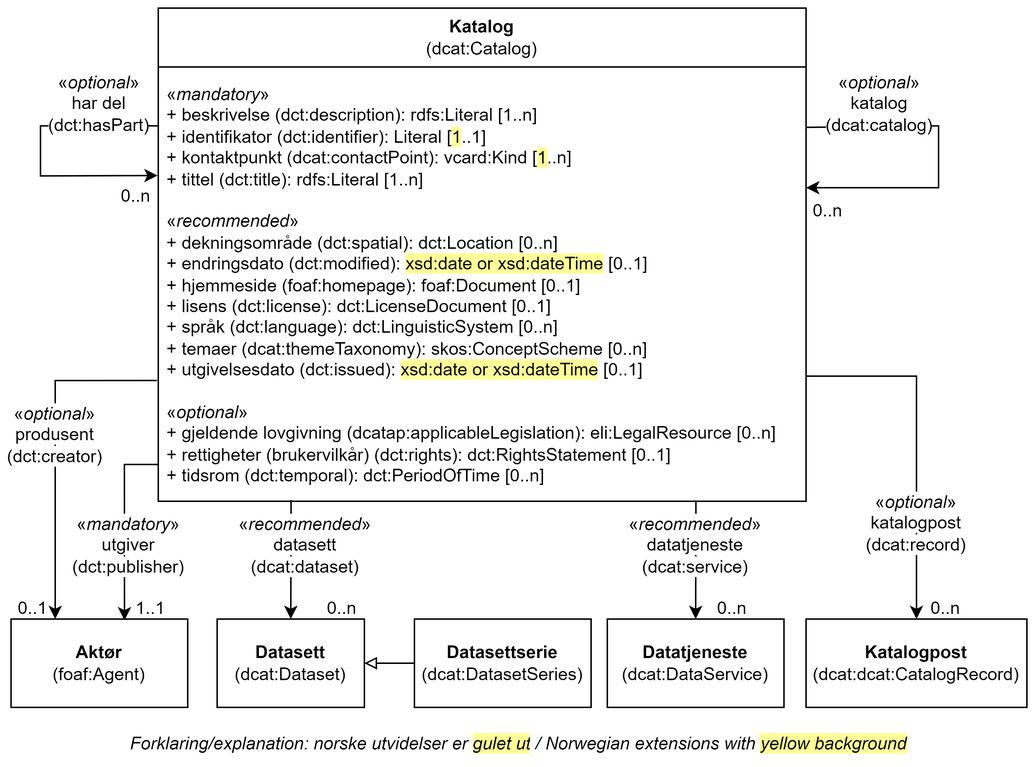
The draw.io diagram docs/images/Klassen-Katalog.png in Informasjonsforvaltning/dcat-ap-no, before a commit. Source tidied: cells renumbered, new cells last; positions are measured from the earlier drawing's top-left corner, leaving out a move shared by most shapes.
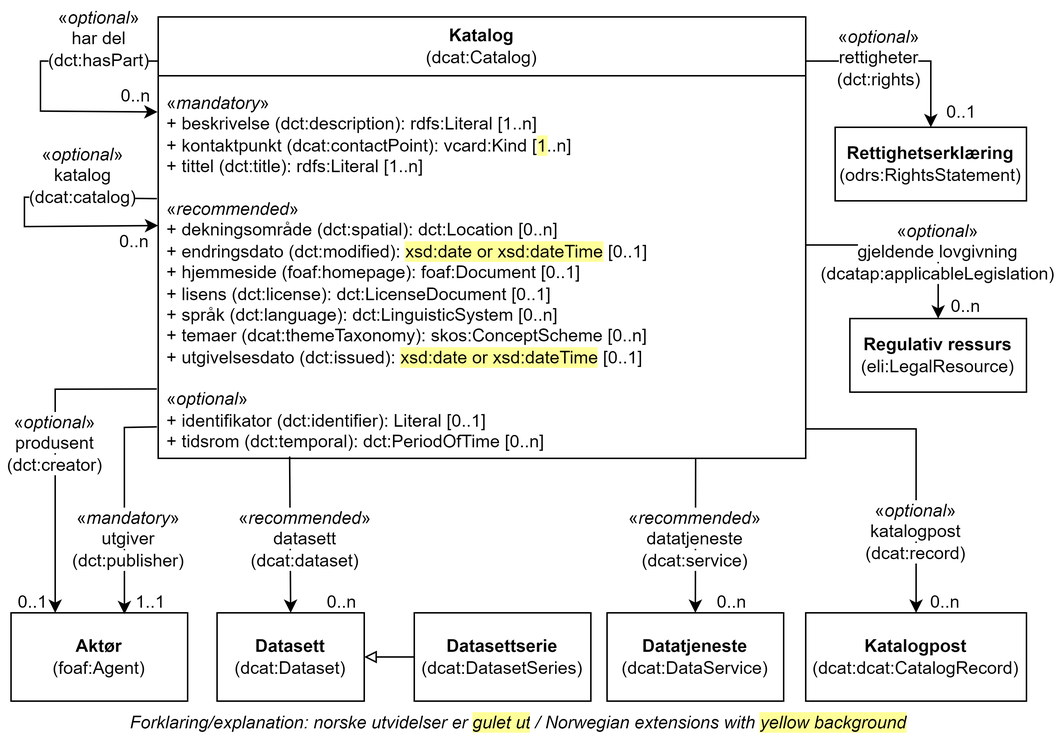
The same diagram one commit later.

Commit message:
Oppdaterer Katalog

Change to the diagram source:
```diff
@@ -3,27 +3,28 @@
     <mxCell id="0" />
     <mxCell id="1" parent="0" />
     <mxCell id="2" value="Katalog&lt;br&gt;&lt;span style=&quot;font-weight: normal;&quot;&gt;(dcat:Catalog)&lt;/span&gt;" style="swimlane;whiteSpace=wrap;html=1;startSize=40;" parent="1" vertex="1">
-      <mxGeometry x="100" width="440" height="335" as="geometry" />
+      <mxGeometry x="100" y="10" width="440" height="300" as="geometry" />
     </mxCell>
-    <mxCell id="3" value="«&lt;i&gt;mandatory&lt;/i&gt;»&lt;br&gt;+ beskrivelse (dct:description): rdfs:Literal [1..n]&lt;br&gt;+ identifikator (dct:identifier): Literal [&lt;span style=&quot;background-color: rgb(255, 255, 153);&quot;&gt;1&lt;/span&gt;..1]&lt;br&gt;+ kontaktpunkt (dcat:contactPoint): vcard:Kind [&lt;span style=&quot;background-color: rgb(255, 255, 153);&quot;&gt;1&lt;/span&gt;..n]&lt;br&gt;+ tittel (dct:title): rdfs:Literal [1..n]&lt;br&gt;&lt;br&gt;«&lt;i&gt;recommended&lt;/i&gt;»&lt;br&gt;+ dekningsområde (dct:spatial): dct:Location [0..n]&lt;br&gt;+ endringsdato (dct:modified): &lt;span style=&quot;background-color: rgb(255, 255, 153);&quot;&gt;xsd:date or xsd:dateTime&lt;/span&gt; [0..1]&lt;br&gt;+ hjemmeside (foaf:homepage): foaf:Document [0..1]&lt;br&gt;+ lisens (dct:license): dct:LicenseDocument [0..1]&lt;br&gt;+ språk (dct:language): dct:LinguisticSystem [0..n]&lt;br&gt;+ temaer (dcat:themeTaxonomy): skos:ConceptScheme [0..n]&lt;br&gt;+ utgivelsesdato (dct:issued): &lt;span style=&quot;background-color: rgb(255, 255, 153);&quot;&gt;xsd:date or xsd:dateTime&lt;/span&gt; [0..1]&lt;br&gt;&lt;br&gt;«&lt;i&gt;optional&lt;/i&gt;»&lt;br&gt;+ gjeldende lovgivning (dcatap:applicableLegislation): eli:LegalResource [0..n]&lt;br&gt;+ rettigheter (brukervilkår) (dct:rights): dct:RightsStatement [0..1]&lt;br&gt;+ tidsrom (dct:temporal): dct:PeriodOfTime [0..n]" style="text;strokeColor=none;fillColor=none;align=left;verticalAlign=top;spacingLeft=4;spacingRight=4;overflow=hidden;points=[[0,0.5],[1,0.5]];portConstraint=eastwest;whiteSpace=wrap;html=1;" parent="2" vertex="1">
-      <mxGeometry y="45" width="440" height="290" as="geometry" />
+    <mxCell id="3" value="«&lt;i&gt;mandatory&lt;/i&gt;»&lt;br&gt;+ beskrivelse (dct:description): rdfs:Literal [1..n]&lt;br&gt;+ kontaktpunkt (dcat:contactPoint): vcard:Kind [&lt;span style=&quot;background-color: rgb(255, 255, 153);&quot;&gt;1&lt;/span&gt;..n]&lt;br&gt;+ tittel (dct:title): rdfs:Literal [1..n]&lt;br&gt;&lt;br&gt;«&lt;i&gt;recommended&lt;/i&gt;»&lt;br&gt;+ dekningsområde (dct:spatial): dct:Location [0..n]&lt;br&gt;+ endringsdato (dct:modified): &lt;span style=&quot;background-color: rgb(255, 255, 153);&quot;&gt;xsd:date or xsd:dateTime&lt;/span&gt; [0..1]&lt;br&gt;+ hjemmeside (foaf:homepage): foaf:Document [0..1]&lt;br&gt;+ lisens (dct:license): dct:LicenseDocument [0..1]&lt;br&gt;+ språk (dct:language): dct:LinguisticSystem [0..n]&lt;br&gt;+ temaer (dcat:themeTaxonomy): skos:ConceptScheme [0..n]&lt;br&gt;+ utgivelsesdato (dct:issued): &lt;span style=&quot;background-color: rgb(255, 255, 153);&quot;&gt;xsd:date or xsd:dateTime&lt;/span&gt; [0..1]&lt;br&gt;&lt;br&gt;«&lt;i&gt;optional&lt;/i&gt;»&lt;br&gt;&lt;div&gt;+ identifikator (dct:identifier): Literal [0..1]&lt;br&gt;+ tidsrom (dct:temporal): dct:PeriodOfTime [0..n]&lt;/div&gt;" style="text;strokeColor=none;fillColor=none;align=left;verticalAlign=top;spacingLeft=4;spacingRight=4;overflow=hidden;points=[[0,0.5],[1,0.5]];portConstraint=eastwest;whiteSpace=wrap;html=1;" parent="2" vertex="1">
+      <mxGeometry y="45" width="440" height="255" as="geometry" />
     </mxCell>
-    <mxCell id="4" style="endArrow=classic;html=1;rounded=0;entryX=-0.001;entryY=0.237;entryDx=0;entryDy=0;entryPerimeter=0;" parent="2" edge="1" target="3">
+    <mxCell id="4" style="endArrow=classic;html=1;rounded=0;entryX=-0.001;entryY=0.253;entryDx=0;entryDy=0;entryPerimeter=0;" parent="2" edge="1">
       <mxGeometry relative="1" as="geometry">
-        <mxPoint y="80" as="sourcePoint" />
+        <mxPoint y="30" as="sourcePoint" />
+        <mxPoint x="-0.4" y="64.6" as="targetPoint" />
         <Array as="points">
-          <mxPoint x="-80" y="80" />
-          <mxPoint x="-80" y="114" />
+          <mxPoint x="-80" y="30" />
+          <mxPoint x="-80" y="64" />
         </Array>
       </mxGeometry>
     </mxCell>
-    <mxCell id="5" style="endArrow=classic;html=1;rounded=0;" parent="2" edge="1">
+    <mxCell id="5" style="endArrow=classic;html=1;rounded=0;entryX=0.998;entryY=0.052;entryDx=0;entryDy=0;entryPerimeter=0;" parent="2" edge="1">
       <mxGeometry relative="1" as="geometry">
-        <mxPoint x="440" y="81" as="sourcePoint" />
-        <mxPoint x="440" y="122" as="targetPoint" />
+        <mxPoint x="-0.9" y="123.5" as="sourcePoint" />
+        <mxPoint y="141.8" as="targetPoint" />
         <Array as="points">
-          <mxPoint x="530" y="80" />
-          <mxPoint x="530" y="122" />
+          <mxPoint x="-90.9" y="122.5" />
+          <mxPoint x="-90.9" y="142.5" />
         </Array>
       </mxGeometry>
     </mxCell>
@@ -40,42 +41,41 @@
       <mxGeometry x="405" y="415" width="120" height="60" as="geometry" />
     </mxCell>
     <mxCell id="10" value="&lt;span style=&quot;background-color: rgb(255, 255, 255);&quot;&gt;«&lt;i&gt;optional&lt;/i&gt;»&lt;br&gt;har del&lt;br&gt;(dct:hasPart)&lt;/span&gt;" style="text;html=1;strokeColor=none;fillColor=none;align=center;verticalAlign=middle;whiteSpace=wrap;rounded=0;" parent="1" vertex="1">
-      <mxGeometry x="30" y="50" width="60" height="30" as="geometry" />
+      <mxGeometry x="30" y="10" width="60" height="30" as="geometry" />
     </mxCell>
     <mxCell id="11" value="0..n" style="text;html=1;strokeColor=none;fillColor=none;align=center;verticalAlign=middle;whiteSpace=wrap;rounded=0;" parent="1" vertex="1">
-      <mxGeometry x="70" y="120" width="30" height="15" as="geometry" />
+      <mxGeometry x="70" y="56" width="30" height="15" as="geometry" />
     </mxCell>
     <mxCell id="12" value="&lt;span style=&quot;background-color: rgb(255, 255, 255);&quot;&gt;«&lt;i&gt;optional&lt;/i&gt;»&lt;br&gt;katalog&lt;br&gt;(dcat:catalog)&lt;/span&gt;" style="text;html=1;strokeColor=none;fillColor=none;align=center;verticalAlign=middle;whiteSpace=wrap;rounded=0;" parent="1" vertex="1">
-      <mxGeometry x="560" y="50" width="60" height="30" as="geometry" />
+      <mxGeometry x="19.1" y="102.5" width="60" height="30" as="geometry" />
     </mxCell>
     <mxCell id="13" value="0..n" style="text;html=1;strokeColor=none;fillColor=none;align=center;verticalAlign=middle;whiteSpace=wrap;rounded=0;" parent="1" vertex="1">
-      <mxGeometry x="540" y="130" width="30" height="15" as="geometry" />
+      <mxGeometry x="69.1" y="155" width="30" height="15" as="geometry" />
     </mxCell>
-    <mxCell id="14" style="endArrow=classic;html=1;rounded=0;entryX=0.25;entryY=0;entryDx=0;entryDy=0;exitX=-0.002;exitY=0.717;exitDx=0;exitDy=0;exitPerimeter=0;" parent="1" edge="1" source="3" target="6">
+    <mxCell id="14" style="endArrow=classic;html=1;rounded=0;entryX=0.25;entryY=0;entryDx=0;entryDy=0;exitX=-0.002;exitY=0.815;exitDx=0;exitDy=0;exitPerimeter=0;" parent="1" edge="1" source="3" target="6">
       <mxGeometry relative="1" as="geometry">
         <Array as="points">
-          <mxPoint x="30" y="253" />
+          <mxPoint x="30" y="263" />
         </Array>
       </mxGeometry>
     </mxCell>
     <mxCell id="15" value="1..1" style="text;html=1;strokeColor=none;fillColor=none;align=center;verticalAlign=middle;whiteSpace=wrap;rounded=0;" parent="1" vertex="1">
       <mxGeometry x="80" y="400" width="30" height="15" as="geometry" />
     </mxCell>
-    <mxCell id="16" style="endArrow=classic;html=1;rounded=0;entryX=0.642;entryY=0.015;entryDx=0;entryDy=0;entryPerimeter=0;" parent="1" edge="1" target="6">
+    <mxCell id="16" style="endArrow=classic;html=1;rounded=0;entryX=0.642;entryY=0.015;entryDx=0;entryDy=0;entryPerimeter=0;exitX=-0.002;exitY=0.916;exitDx=0;exitDy=0;exitPerimeter=0;" parent="1" edge="1" source="3" target="6">
       <mxGeometry relative="1" as="geometry">
-        <mxPoint x="100" y="310" as="sourcePoint" />
         <Array as="points">
-          <mxPoint x="77" y="310" />
+          <mxPoint x="77" y="289" />
         </Array>
       </mxGeometry>
     </mxCell>
     <mxCell id="17" value="&lt;span style=&quot;background-color: rgb(255, 255, 255);&quot;&gt;«&lt;i&gt;optional&lt;/i&gt;»&lt;br&gt;produsent&lt;br&gt;(dct:creator)&lt;/span&gt;" style="text;html=1;strokeColor=none;fillColor=none;align=center;verticalAlign=middle;whiteSpace=wrap;rounded=0;" parent="1" vertex="1">
-      <mxGeometry y="275" width="60" height="30" as="geometry" />
+      <mxGeometry y="285" width="60" height="30" as="geometry" />
     </mxCell>
     <mxCell id="18" value="0..1" style="text;html=1;strokeColor=none;fillColor=none;align=center;verticalAlign=middle;whiteSpace=wrap;rounded=0;" parent="1" vertex="1">
       <mxGeometry y="400" width="30" height="15" as="geometry" />
     </mxCell>
-    <mxCell id="19" style="endArrow=classic;html=1;rounded=0;entryX=0.5;entryY=0;entryDx=0;entryDy=0;exitX=0.205;exitY=0.997;exitDx=0;exitDy=0;exitPerimeter=0;" parent="1" edge="1" source="3" target="7">
+    <mxCell id="19" style="endArrow=classic;html=1;rounded=0;entryX=0.5;entryY=0;entryDx=0;entryDy=0;exitX=0.203;exitY=0.995;exitDx=0;exitDy=0;exitPerimeter=0;" parent="1" edge="1" source="3" target="7">
       <mxGeometry relative="1" as="geometry" />
     </mxCell>
     <mxCell id="20" value="&lt;span style=&quot;background-color: rgb(255, 255, 255);&quot;&gt;«&lt;i&gt;recommended&lt;/i&gt;»&lt;br&gt;datasett&lt;br&gt;(dcat:dataset)&lt;/span&gt;" style="text;html=1;strokeColor=none;fillColor=none;align=center;verticalAlign=middle;whiteSpace=wrap;rounded=0;" parent="1" vertex="1">
@@ -98,9 +98,9 @@
     </mxCell>
     <mxCell id="26" style="endArrow=classic;html=1;rounded=0;entryX=0.5;entryY=0;entryDx=0;entryDy=0;" parent="1" edge="1" target="25">
       <mxGeometry relative="1" as="geometry">
-        <mxPoint x="540" y="250" as="sourcePoint" />
+        <mxPoint x="540" y="290" as="sourcePoint" />
         <Array as="points">
-          <mxPoint x="615" y="250" />
+          <mxPoint x="615" y="290" />
         </Array>
       </mxGeometry>
     </mxCell>
@@ -108,16 +108,51 @@
       <mxGeometry x="620" y="400" width="30" height="15" as="geometry" />
     </mxCell>
     <mxCell id="28" value="&lt;span style=&quot;background-color: rgb(255, 255, 255);&quot;&gt;«&lt;i&gt;optional&lt;/i&gt;»&lt;br&gt;katalogpost&lt;br&gt;(dcat:record)&lt;/span&gt;" style="text;html=1;strokeColor=none;fillColor=none;align=center;verticalAlign=middle;whiteSpace=wrap;rounded=0;" parent="1" vertex="1">
-      <mxGeometry x="585" y="335" width="60" height="30" as="geometry" />
+      <mxGeometry x="585" y="345" width="60" height="30" as="geometry" />
     </mxCell>
     <mxCell id="29" value="&lt;span style=&quot;background-color: rgb(255, 255, 255);&quot;&gt;«&lt;i&gt;mandatory&lt;/i&gt;»&lt;br&gt;utgiver&lt;br&gt;(dct:publisher)&lt;/span&gt;" style="text;html=1;strokeColor=none;fillColor=none;align=center;verticalAlign=middle;whiteSpace=wrap;rounded=0;" parent="1" vertex="1">
       <mxGeometry x="30" y="350" width="100" height="30" as="geometry" />
     </mxCell>
     <mxCell id="30" value="Forklaring/explanation: norske utvidelser er&amp;nbsp;&lt;span style=&quot;background-color: rgb(255, 255, 153);&quot;&gt;gulet ut&lt;/span&gt;&lt;span style=&quot;background-color: rgb(255 , 255 , 255)&quot;&gt;&amp;nbsp;/&amp;nbsp;Norwegian extensions with &lt;/span&gt;&lt;span style=&quot;background-color: rgb(255, 255, 153);&quot;&gt;yellow background&lt;/span&gt;" style="text;html=1;strokeColor=none;fillColor=none;align=center;verticalAlign=middle;whiteSpace=wrap;rounded=0;fontStyle=2;" parent="1" vertex="1">
-      <mxGeometry y="490" width="690" height="20" as="geometry" />
+      <mxGeometry y="480" width="690" height="20" as="geometry" />
     </mxCell>
     <mxCell id="31" style="endArrow=block;html=1;rounded=0;exitX=0;exitY=0.5;exitDx=0;exitDy=0;entryX=1;entryY=0.5;entryDx=0;entryDy=0;endFill=0;" parent="1" edge="1" source="8" target="7">
       <mxGeometry relative="1" as="geometry" />
     </mxCell>
+    <mxCell id="32" value="&lt;b&gt;Regulativ ressurs&lt;/b&gt;&lt;br&gt;(eli:LegalResource)" style="html=1;whiteSpace=wrap;" parent="1" vertex="1">
+      <mxGeometry x="570" y="215" width="120" height="50" as="geometry" />
+    </mxCell>
+    <mxCell id="33" value="0..n" style="text;html=1;strokeColor=none;fillColor=none;align=center;verticalAlign=middle;whiteSpace=wrap;rounded=0;" parent="1" vertex="1">
+      <mxGeometry x="635" y="197" width="28" height="20" as="geometry" />
+    </mxCell>
+    <mxCell id="34" style="endArrow=classic;html=1;rounded=0;entryX=0.5;entryY=0;entryDx=0;entryDy=0;exitX=1;exitY=0.5;exitDx=0;exitDy=0;" parent="1" edge="1" target="32">
+      <mxGeometry relative="1" as="geometry">
+        <mxPoint x="540" y="165" as="sourcePoint" />
+        <Array as="points">
+          <mxPoint x="630" y="165" />
+        </Array>
+      </mxGeometry>
+    </mxCell>
+    <mxCell id="35" value="«&lt;i style=&quot;background-color: rgb(255, 255, 255);&quot;&gt;optional&lt;/i&gt;»&lt;br&gt;&lt;span style=&quot;background-color: rgb(255, 255, 255);&quot;&gt;gjeldende lovgivning&lt;br&gt;(dcatap:applicableLegislation)&lt;/span&gt;" style="text;html=1;align=center;verticalAlign=middle;whiteSpace=wrap;rounded=0;" parent="1" vertex="1">
+      <mxGeometry x="600" y="155" width="60" height="30" as="geometry" />
+    </mxCell>
+    <mxCell id="36" value="&lt;b&gt;Rettighetserklæring&lt;/b&gt;&lt;br&gt;(odrs:RightsStatement)" style="html=1;whiteSpace=wrap;" parent="1" vertex="1">
+      <mxGeometry x="560" y="85" width="130" height="50" as="geometry" />
+    </mxCell>
+    <mxCell id="37" style="endArrow=classic;html=1;rounded=0;" parent="1" edge="1">
+      <mxGeometry relative="1" as="geometry">
+        <mxPoint x="540" y="40" as="sourcePoint" />
+        <mxPoint x="625" y="85" as="targetPoint" />
+        <Array as="points">
+          <mxPoint x="625" y="40" />
+        </Array>
+      </mxGeometry>
+    </mxCell>
+    <mxCell id="38" value="&lt;span style=&quot;background-color: rgb(255, 255, 255);&quot;&gt;«&lt;i style=&quot;&quot;&gt;optional&lt;/i&gt;»&lt;br&gt;&lt;span style=&quot;color: rgb(0, 0, 0); font-family: Helvetica; font-size: 12px; font-style: normal; font-variant-ligatures: normal; font-variant-caps: normal; font-weight: 400; letter-spacing: normal; orphans: 2; text-align: left; text-indent: 0px; text-transform: none; widows: 2; word-spacing: 0px; -webkit-text-stroke-width: 0px; white-space: normal; text-decoration-thickness: initial; text-decoration-style: initial; text-decoration-color: initial; float: none; display: inline !important;&quot;&gt;rettigheter (dct:rights)&lt;/span&gt;&lt;/span&gt;&lt;div&gt;&lt;br&gt;&lt;/div&gt;" style="text;html=1;align=center;verticalAlign=middle;whiteSpace=wrap;rounded=0;" parent="1" vertex="1">
+      <mxGeometry x="560" y="30" width="60" height="30" as="geometry" />
+    </mxCell>
+    <mxCell id="39" value="0..1" style="text;html=1;strokeColor=none;fillColor=none;align=center;verticalAlign=middle;whiteSpace=wrap;rounded=0;" parent="1" vertex="1">
+      <mxGeometry x="632" y="65" width="28" height="20" as="geometry" />
+    </mxCell>
   </root>
 </mxGraphModel>
```
